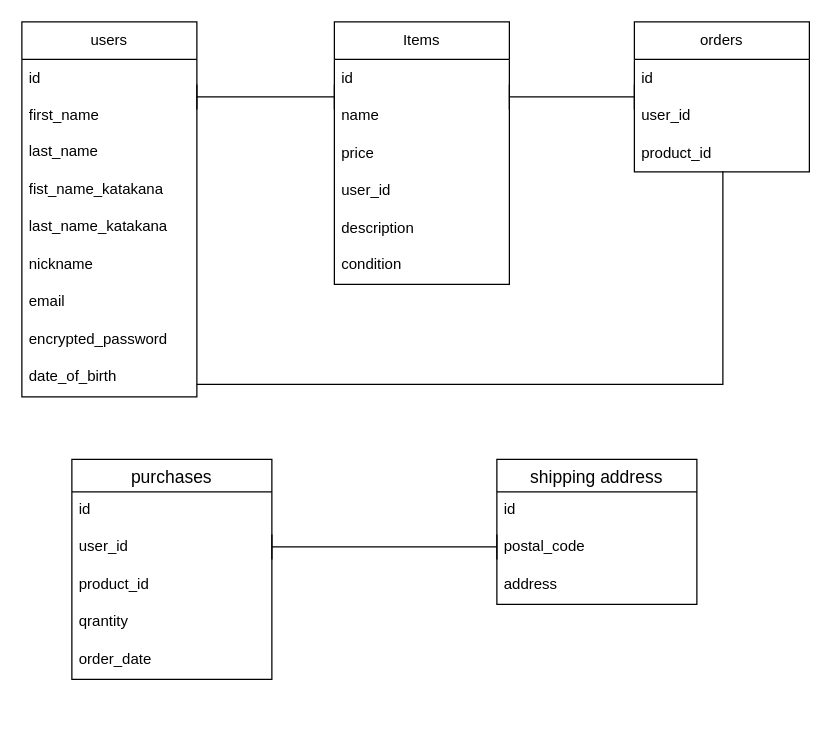
Before: test.dio in yusukenemoto12345/furima39956_2, a draw.io diagram. Source tidied: cells renumbered, new cells numbered last; positions are measured from the earlier drawing's top-left corner, leaving out a move shared by most shapes. Both pictures are drawn from the tidied source at 125%, with x=0, y=0 at pixel (21, 21).
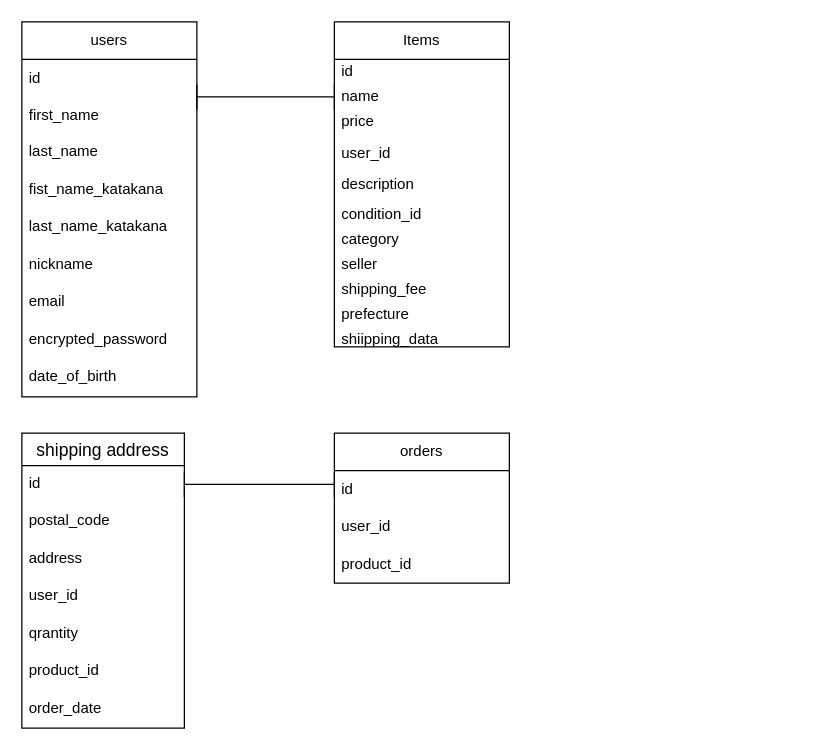
The same page after the edit.

Commit message (it also covers changes not shown here):
データベース設計５

The edit, as a diff of the source:
```diff
@@
     <mxCell id="2" value="Items" style="swimlane;fontStyle=0;horizontal=1;startSize=30;whiteSpace=wrap;html=1;" parent="1" vertex="1">
-      <mxGeometry x="250" width="140" height="210" as="geometry" />
+      <mxGeometry x="250" width="140" height="260" as="geometry" />
     </mxCell>
     <mxCell id="3" value="id" style="text;strokeColor=none;fillColor=none;align=left;verticalAlign=middle;spacingLeft=4;spacingRight=4;overflow=hidden;whiteSpace=wrap;html=1;" parent="2" vertex="1">
-      <mxGeometry y="30" width="140" height="30" as="geometry" />
+      <mxGeometry y="30" width="140" height="20" as="geometry" />
     </mxCell>
     <mxCell id="4" value="name" style="text;strokeColor=none;fillColor=none;align=left;verticalAlign=middle;spacingLeft=4;spacingRight=4;overflow=hidden;whiteSpace=wrap;html=1;" parent="2" vertex="1">
-      <mxGeometry y="60" width="140" height="30" as="geometry" />
+      <mxGeometry y="50" width="140" height="20" as="geometry" />
     </mxCell>
     <mxCell id="5" value="price" style="text;strokeColor=none;fillColor=none;align=left;verticalAlign=middle;spacingLeft=4;spacingRight=4;overflow=hidden;whiteSpace=wrap;html=1;" parent="2" vertex="1">
-      <mxGeometry y="90" width="140" height="30" as="geometry" />
+      <mxGeometry y="70" width="140" height="20" as="geometry" />
     </mxCell>
     <mxCell id="6" value="user_id" style="text;strokeColor=none;fillColor=none;align=left;verticalAlign=middle;spacingLeft=4;spacingRight=4;overflow=hidden;whiteSpace=wrap;html=1;" parent="2" vertex="1">
-      <mxGeometry y="120" width="140" height="30" as="geometry" />
+      <mxGeometry y="90" width="140" height="30" as="geometry" />
     </mxCell>
     <mxCell id="7" value="description" style="text;strokeColor=none;fillColor=none;align=left;verticalAlign=middle;spacingLeft=4;spacingRight=4;overflow=hidden;whiteSpace=wrap;html=1;" parent="2" vertex="1">
-      <mxGeometry y="150" width="140" height="30" as="geometry" />
+      <mxGeometry y="120" width="140" height="20" as="geometry" />
     </mxCell>
-    <mxCell id="8" value="condition" style="text;strokeColor=none;fillColor=none;spacingLeft=4;spacingRight=4;overflow=hidden;fontSize=12;" parent="2" vertex="1">
-      <mxGeometry y="180" width="140" height="30" as="geometry" />
+    <mxCell id="8" value="condition_id" style="text;strokeColor=none;fillColor=none;spacingLeft=4;spacingRight=4;overflow=hidden;fontSize=12;" parent="2" vertex="1">
+      <mxGeometry y="140" width="140" height="20" as="geometry" />
     </mxCell>
+    <mxCell id="37" value="category" style="text;strokeColor=none;fillColor=none;spacingLeft=4;spacingRight=4;overflow=hidden;fontSize=12;" parent="2" vertex="1">
+      <mxGeometry y="160" width="140" height="20" as="geometry" />
+    </mxCell>
+    <mxCell id="38" value="seller" style="text;strokeColor=none;fillColor=none;spacingLeft=4;spacingRight=4;overflow=hidden;fontSize=12;" parent="2" vertex="1">
+      <mxGeometry y="180" width="140" height="20" as="geometry" />
+    </mxCell>
+    <mxCell id="39" value="shipping_fee" style="text;strokeColor=none;fillColor=none;spacingLeft=4;spacingRight=4;overflow=hidden;fontSize=12;" parent="2" vertex="1">
+      <mxGeometry y="200" width="140" height="20" as="geometry" />
+    </mxCell>
+    <mxCell id="40" value="prefecture" style="text;strokeColor=none;fillColor=none;spacingLeft=4;spacingRight=4;overflow=hidden;fontSize=12;" parent="2" vertex="1">
+      <mxGeometry y="220" width="140" height="20" as="geometry" />
+    </mxCell>
+    <mxCell id="41" value="shiipping_data" style="text;strokeColor=none;fillColor=none;spacingLeft=4;spacingRight=4;overflow=hidden;fontSize=12;" parent="2" vertex="1">
+      <mxGeometry y="240" width="140" height="20" as="geometry" />
+    </mxCell>
@@
     <mxCell id="19" value="orders" style="swimlane;fontStyle=0;horizontal=1;startSize=30;whiteSpace=wrap;html=1;" parent="1" vertex="1">
-      <mxGeometry x="490" width="140" height="120" as="geometry" />
+      <mxGeometry x="250" y="329" width="140" height="120" as="geometry" />
     </mxCell>
@@
     <mxCell id="23" value="shipping address" style="swimlane;fontStyle=0;horizontal=1;startSize=26;align=center;fontSize=14;" parent="1" vertex="1">
-      <mxGeometry x="380" y="350" width="160" height="116" as="geometry" />
+      <mxGeometry y="329" width="130" height="236" as="geometry" />
     </mxCell>
     <mxCell id="24" value="id" style="text;strokeColor=none;fillColor=none;spacingLeft=4;spacingRight=4;overflow=hidden;fontSize=12;" parent="23" vertex="1">
-      <mxGeometry y="26" width="160" height="30" as="geometry" />
+      <mxGeometry y="26" width="130" height="30" as="geometry" />
     </mxCell>
     <mxCell id="25" value="postal_code" style="text;strokeColor=none;fillColor=none;spacingLeft=4;spacingRight=4;overflow=hidden;fontSize=12;" parent="23" vertex="1">
-      <mxGeometry y="56" width="160" height="30" as="geometry" />
+      <mxGeometry y="56" width="130" height="30" as="geometry" />
     </mxCell>
     <mxCell id="26" value="address" style="text;strokeColor=none;fillColor=none;spacingLeft=4;spacingRight=4;overflow=hidden;fontSize=12;" parent="23" vertex="1">
-      <mxGeometry y="86" width="160" height="30" as="geometry" />
+      <mxGeometry y="86" width="130" height="30" as="geometry" />
     </mxCell>
+    <mxCell id="31" value="user_id" style="text;strokeColor=none;fillColor=none;spacingLeft=4;spacingRight=4;overflow=hidden;fontSize=12;" parent="23" vertex="1">
+      <mxGeometry y="116" width="130" height="30" as="geometry" />
+    </mxCell>
+    <mxCell id="33" value="qrantity" style="text;strokeColor=none;fillColor=none;spacingLeft=4;spacingRight=4;overflow=hidden;fontSize=12;" parent="23" vertex="1">
+      <mxGeometry y="146" width="130" height="30" as="geometry" />
+    </mxCell>
+    <mxCell id="32" value="product_id" style="text;strokeColor=none;fillColor=none;spacingLeft=4;spacingRight=4;overflow=hidden;fontSize=12;" parent="23" vertex="1">
+      <mxGeometry y="176" width="130" height="30" as="geometry" />
+    </mxCell>
+    <mxCell id="34" value="order_date" style="text;strokeColor=none;fillColor=none;spacingLeft=4;spacingRight=4;overflow=hidden;fontSize=12;" parent="23" vertex="1">
+      <mxGeometry y="206" width="130" height="30" as="geometry" />
+    </mxCell>
@@
-    <mxCell id="28" style="shape=crossbar;whiteSpace=wrap;html=1;rounded=1;" parent="1" vertex="1">
-      <mxGeometry x="200" y="410" width="180" height="20" as="geometry" />
-    </mxCell>
-    <mxCell id="29" value="purchases" style="swimlane;fontStyle=0;horizontal=1;startSize=26;align=center;fontSize=14;" parent="1" vertex="1">
-      <mxGeometry x="40" y="350" width="160" height="176" as="geometry" />
-    </mxCell>
-    <mxCell id="30" value="id" style="text;strokeColor=none;fillColor=none;spacingLeft=4;spacingRight=4;overflow=hidden;fontSize=12;" parent="29" vertex="1">
-      <mxGeometry y="26" width="160" height="30" as="geometry" />
-    </mxCell>
-    <mxCell id="31" value="user_id" style="text;strokeColor=none;fillColor=none;spacingLeft=4;spacingRight=4;overflow=hidden;fontSize=12;" parent="29" vertex="1">
-      <mxGeometry y="56" width="160" height="30" as="geometry" />
-    </mxCell>
-    <mxCell id="32" value="product_id" style="text;strokeColor=none;fillColor=none;spacingLeft=4;spacingRight=4;overflow=hidden;fontSize=12;" parent="29" vertex="1">
-      <mxGeometry y="86" width="160" height="30" as="geometry" />
-    </mxCell>
-    <mxCell id="33" value="qrantity" style="text;strokeColor=none;fillColor=none;spacingLeft=4;spacingRight=4;overflow=hidden;fontSize=12;" parent="29" vertex="1">
-      <mxGeometry y="116" width="160" height="30" as="geometry" />
-    </mxCell>
-    <mxCell id="34" value="order_date" style="text;strokeColor=none;fillColor=none;spacingLeft=4;spacingRight=4;overflow=hidden;fontSize=12;" parent="29" vertex="1">
-      <mxGeometry y="146" width="160" height="30" as="geometry" />
-    </mxCell>
     <mxCell id="35" style="shape=crossbar;whiteSpace=wrap;html=1;rounded=1;" parent="1" vertex="1">
-      <mxGeometry x="390" y="50" width="100" height="20" as="geometry" />
+      <mxGeometry x="130" y="360" width="120" height="20" as="geometry" />
     </mxCell>
-    <mxCell id="36" style="shape=partialRectangle;whiteSpace=wrap;html=1;bottom=0;right=0;fillColor=none;rotation=-180;" parent="1" vertex="1">
-      <mxGeometry x="140.3" y="120" width="420.5" height="170" as="geometry" />
-    </mxCell>
```
